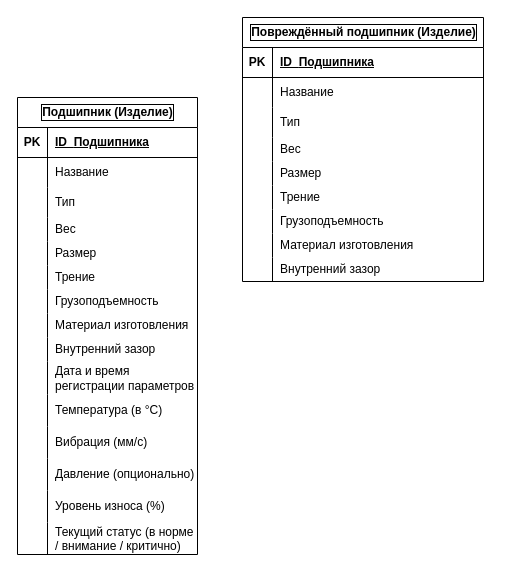
Earlier version of the draw.io diagram Отчёт/ER диаграмма.drawio (The-San/Mallenom-25.05-07.06). Source tidied: cells renumbered, new cells numbered last; positions are measured from the earlier drawing's top-left corner, leaving out a move shared by most shapes. Both pictures are drawn from the tidied source at 100%, with x=0, y=0 at pixel (17, 17).
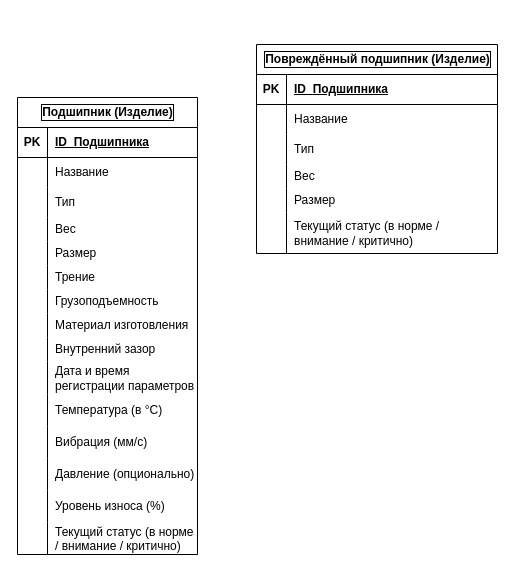
After the change.

What changed in the source:
```diff
@@
     <mxCell id="48" value="&lt;span&gt;Повреждённый подшипник&amp;nbsp;(Изделие)&lt;/span&gt;" style="shape=table;startSize=30;childLayout=tableLayout;rowLines=0;fontStyle=1;align=center;html=1;fillColor=none;fontColor=light-dark(#000000,#000000);labelBorderColor=light-dark(#000000,#000000);textShadow=0;strokeColor=light-dark(#000000,#000000);swimlaneFillColor=none;" parent="1" vertex="1">
-      <mxGeometry x="225" width="241" height="264" as="geometry" />
+      <mxGeometry x="239" y="27" width="241" height="209" as="geometry" />
     </mxCell>
@@
-    <mxCell id="64" style="shape=tableRow;horizontal=0;startSize=0;swimlaneHead=0;swimlaneBody=0;fillColor=none;top=0;left=0;right=0;bottom=0;" parent="48" vertex="1">
-      <mxGeometry y="168" width="241" height="24" as="geometry" />
+    <mxCell id="64" style="shape=tableRow;horizontal=0;startSize=0;swimlaneHead=0;swimlaneBody=0;fillColor=none;top=0;left=0;right=0;bottom=0;strokeColor=light-dark(#000000,#000000);" parent="48" vertex="1">
+      <mxGeometry y="168" width="241" height="41" as="geometry" />
     </mxCell>
     <mxCell id="65" style="shape=partialRectangle;fillColor=none;top=0;left=0;bottom=0;right=0;overflow=hidden;whiteSpace=wrap;html=1;" parent="64" vertex="1">
-      <mxGeometry width="30" height="24" as="geometry" />
+      <mxGeometry width="30" height="41" as="geometry" />
     </mxCell>
-    <mxCell id="66" value="&lt;font style=&quot;color: light-dark(rgb(0, 0, 0), rgb(0, 0, 0));&quot;&gt;Трение&lt;/font&gt;" style="shape=partialRectangle;fillColor=none;top=0;left=0;bottom=0;right=0;align=left;spacingLeft=6;overflow=hidden;whiteSpace=wrap;html=1;strokeColor=light-dark(#000000,#000000);" parent="64" vertex="1">
-      <mxGeometry x="30" width="211" height="24" as="geometry" />
+    <mxCell id="66" value="&lt;span&gt;&lt;font style=&quot;color: light-dark(rgb(0, 0, 0), rgb(0, 0, 0));&quot;&gt;Текущий статус (в норме / внимание / критично)&lt;/font&gt;&lt;/span&gt;" style="shape=partialRectangle;fillColor=none;top=0;left=0;bottom=0;right=0;align=left;spacingLeft=6;overflow=hidden;whiteSpace=wrap;html=1;strokeColor=light-dark(#000000,#000000);" parent="64" vertex="1">
+      <mxGeometry x="30" width="211" height="41" as="geometry" />
     </mxCell>
-    <mxCell id="67" style="shape=tableRow;horizontal=0;startSize=0;swimlaneHead=0;swimlaneBody=0;fillColor=none;top=0;left=0;right=0;bottom=0;" parent="48" vertex="1">
-      <mxGeometry y="192" width="241" height="24" as="geometry" />
-    </mxCell>
-    <mxCell id="68" style="shape=partialRectangle;fillColor=none;top=0;left=0;bottom=0;right=0;overflow=hidden;whiteSpace=wrap;html=1;" parent="67" vertex="1">
-      <mxGeometry width="30" height="24" as="geometry" />
-    </mxCell>
-    <mxCell id="69" value="&lt;font style=&quot;color: light-dark(rgb(0, 0, 0), rgb(0, 0, 0));&quot;&gt;Грузоподъемность&lt;/font&gt;" style="shape=partialRectangle;fillColor=none;top=0;left=0;bottom=0;right=0;align=left;spacingLeft=6;overflow=hidden;whiteSpace=wrap;html=1;strokeColor=light-dark(#000000,#000000);" parent="67" vertex="1">
-      <mxGeometry x="30" width="211" height="24" as="geometry" />
-    </mxCell>
-    <mxCell id="70" style="shape=tableRow;horizontal=0;startSize=0;swimlaneHead=0;swimlaneBody=0;fillColor=none;top=0;left=0;right=0;bottom=0;" parent="48" vertex="1">
-      <mxGeometry y="216" width="241" height="24" as="geometry" />
-    </mxCell>
-    <mxCell id="71" style="shape=partialRectangle;fillColor=none;top=0;left=0;bottom=0;right=0;overflow=hidden;whiteSpace=wrap;html=1;" parent="70" vertex="1">
-      <mxGeometry width="30" height="24" as="geometry" />
-    </mxCell>
-    <mxCell id="72" value="&lt;font style=&quot;color: light-dark(rgb(0, 0, 0), rgb(0, 0, 0));&quot;&gt;Материал изготовления&lt;/font&gt;" style="shape=partialRectangle;fillColor=none;top=0;left=0;bottom=0;right=0;align=left;spacingLeft=6;overflow=hidden;whiteSpace=wrap;html=1;strokeColor=light-dark(#000000,#000000);" parent="70" vertex="1">
-      <mxGeometry x="30" width="211" height="24" as="geometry" />
-    </mxCell>
-    <mxCell id="73" style="shape=tableRow;horizontal=0;startSize=0;swimlaneHead=0;swimlaneBody=0;fillColor=none;top=0;left=0;right=0;bottom=0;" parent="48" vertex="1">
-      <mxGeometry y="240" width="241" height="24" as="geometry" />
-    </mxCell>
-    <mxCell id="74" style="shape=partialRectangle;fillColor=none;top=0;left=0;bottom=0;right=0;overflow=hidden;whiteSpace=wrap;html=1;" parent="73" vertex="1">
-      <mxGeometry width="30" height="24" as="geometry" />
-    </mxCell>
-    <mxCell id="75" value="&lt;font style=&quot;color: light-dark(rgb(0, 0, 0), rgb(0, 0, 0));&quot;&gt;Внутренний зазор&lt;/font&gt;" style="shape=partialRectangle;fillColor=none;top=0;left=0;bottom=0;right=0;align=left;spacingLeft=6;overflow=hidden;whiteSpace=wrap;html=1;strokeColor=light-dark(#000000,#000000);" parent="73" vertex="1">
-      <mxGeometry x="30" width="211" height="24" as="geometry" />
-    </mxCell>
```
